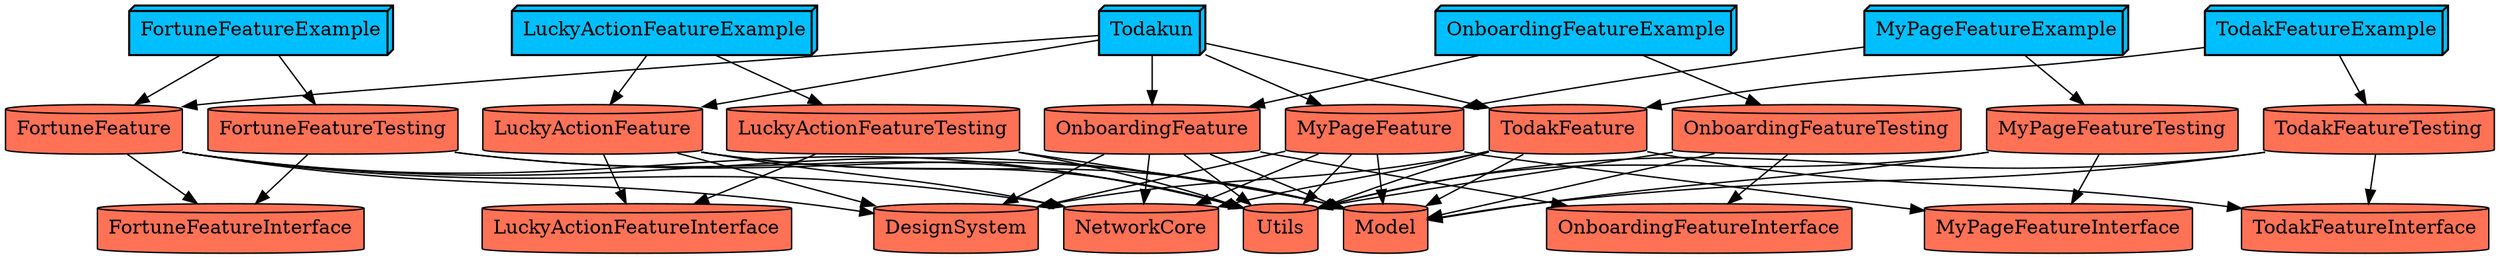
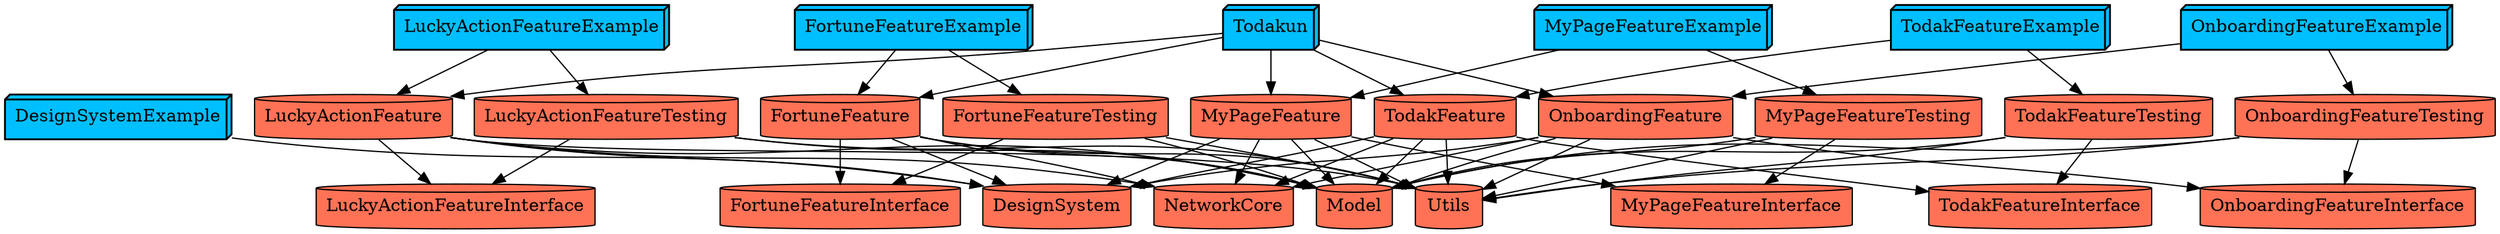
digraph {
  DesignSystem [fillcolor=coral1 shape=cylinder style=filled]
+   DesignSystemExample -> DesignSystem
+   DesignSystemExample [fillcolor=deepskyblue penwidth="1.5" shape=box3d style=filled]
  FortuneFeature -> DesignSystem
  FortuneFeature -> FortuneFeatureInterface
  FortuneFeature -> Model
  FortuneFeature -> NetworkCore
  FortuneFeature -> Utils
  FortuneFeature [fillcolor=coral1 shape=cylinder style=filled]
  FortuneFeatureExample -> FortuneFeature
  FortuneFeatureExample -> FortuneFeatureTesting
  FortuneFeatureExample [fillcolor=deepskyblue penwidth="1.5" shape=box3d style=filled]
  FortuneFeatureInterface [fillcolor=coral1 shape=cylinder style=filled]
  FortuneFeatureTesting -> FortuneFeatureInterface
  FortuneFeatureTesting -> Model
  FortuneFeatureTesting -> Utils
  FortuneFeatureTesting [fillcolor=coral1 shape=cylinder style=filled]
  LuckyActionFeature -> DesignSystem
  LuckyActionFeature -> LuckyActionFeatureInterface
  LuckyActionFeature -> Model
  LuckyActionFeature -> NetworkCore
  LuckyActionFeature -> Utils
  LuckyActionFeature [fillcolor=coral1 shape=cylinder style=filled]
  LuckyActionFeatureExample -> LuckyActionFeature
  LuckyActionFeatureExample -> LuckyActionFeatureTesting
  LuckyActionFeatureExample [fillcolor=deepskyblue penwidth="1.5" shape=box3d style=filled]
  LuckyActionFeatureInterface [fillcolor=coral1 shape=cylinder style=filled]
  LuckyActionFeatureTesting -> LuckyActionFeatureInterface
  LuckyActionFeatureTesting -> Model
  LuckyActionFeatureTesting -> Utils
  LuckyActionFeatureTesting [fillcolor=coral1 shape=cylinder style=filled]
  Model [fillcolor=coral1 shape=cylinder style=filled]
  MyPageFeature -> DesignSystem
  MyPageFeature -> Model
  MyPageFeature -> MyPageFeatureInterface
  MyPageFeature -> NetworkCore
  MyPageFeature -> Utils
  MyPageFeature [fillcolor=coral1 shape=cylinder style=filled]
  MyPageFeatureExample -> MyPageFeature
  MyPageFeatureExample -> MyPageFeatureTesting
  MyPageFeatureExample [fillcolor=deepskyblue penwidth="1.5" shape=box3d style=filled]
  MyPageFeatureInterface [fillcolor=coral1 shape=cylinder style=filled]
  MyPageFeatureTesting -> Model
  MyPageFeatureTesting -> MyPageFeatureInterface
  MyPageFeatureTesting -> Utils
  MyPageFeatureTesting [fillcolor=coral1 shape=cylinder style=filled]
  NetworkCore [fillcolor=coral1 shape=cylinder style=filled]
  OnboardingFeature -> DesignSystem
  OnboardingFeature -> Model
  OnboardingFeature -> NetworkCore
  OnboardingFeature -> OnboardingFeatureInterface
  OnboardingFeature -> Utils
  OnboardingFeature [fillcolor=coral1 shape=cylinder style=filled]
  OnboardingFeatureExample -> OnboardingFeature
  OnboardingFeatureExample -> OnboardingFeatureTesting
  OnboardingFeatureExample [fillcolor=deepskyblue penwidth="1.5" shape=box3d style=filled]
  OnboardingFeatureInterface [fillcolor=coral1 shape=cylinder style=filled]
  OnboardingFeatureTesting -> Model
  OnboardingFeatureTesting -> OnboardingFeatureInterface
  OnboardingFeatureTesting -> Utils
  OnboardingFeatureTesting [fillcolor=coral1 shape=cylinder style=filled]
  TodakFeature -> DesignSystem
  TodakFeature -> Model
  TodakFeature -> NetworkCore
  TodakFeature -> TodakFeatureInterface
  TodakFeature -> Utils
  TodakFeature [fillcolor=coral1 shape=cylinder style=filled]
  TodakFeatureExample -> TodakFeature
  TodakFeatureExample -> TodakFeatureTesting
  TodakFeatureExample [fillcolor=deepskyblue penwidth="1.5" shape=box3d style=filled]
  TodakFeatureInterface [fillcolor=coral1 shape=cylinder style=filled]
  TodakFeatureTesting -> Model
  TodakFeatureTesting -> TodakFeatureInterface
  TodakFeatureTesting -> Utils
  TodakFeatureTesting [fillcolor=coral1 shape=cylinder style=filled]
  Todakun -> FortuneFeature
  Todakun -> LuckyActionFeature
  Todakun -> MyPageFeature
  Todakun -> OnboardingFeature
  Todakun -> TodakFeature
  Todakun [fillcolor=deepskyblue penwidth="1.5" shape=box3d style=filled]
  Utils [fillcolor=coral1 shape=cylinder style=filled]
}